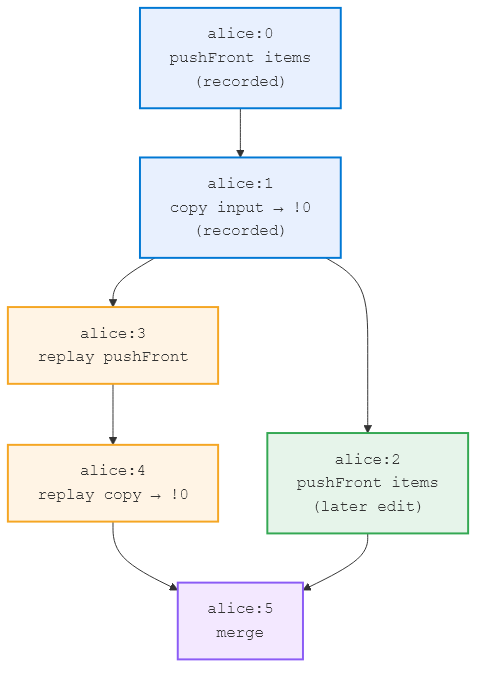
Before: img/replay.png, a diagram exported from Mermaid (krsion/master-thesis). Its source is kept beside it as img/replay.mmd.
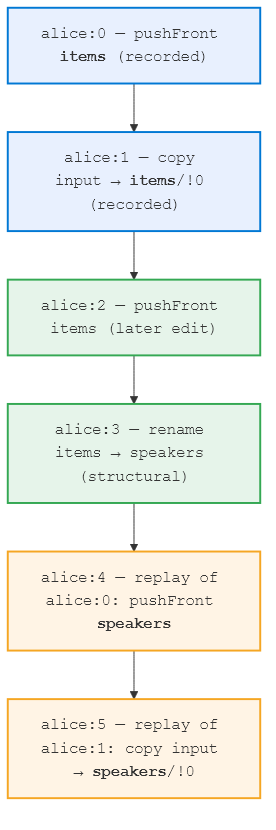
After the commit.

Commit message:
Fix replay explanation: linear DAG, not fork; add quadratic cost note

Replay traverses full history, captures source edit, transforms
through later structural edits, commits at current frontier.
Not a DAG fork. Quadratic cost for replay-heavy histories noted
as limitation with forward reference to future work.

Diff of the diagram source:
```diff
@@ -1,25 +1,17 @@
 %%{init: {'themeVariables': {'fontFamily': 'monospace'}}}%%
 graph TB
-    E0["alice:0<br/>pushFront items<br/>(recorded)"]
-    E1["alice:1<br/>copy input → !0<br/>(recorded)"]
+    E0["alice:0 — pushFront <b>items</b> (recorded)"]
+    E1["alice:1 — copy input → <b>items</b>/!0 (recorded)"]
+    E2["alice:2 — pushFront items (later edit)"]
+    E3["alice:3 — rename items → speakers (structural)"]
+    R0["alice:4 — replay of alice:0: pushFront <b>speakers</b>"]
+    R1["alice:5 — replay of alice:1: copy input → <b>speakers</b>/!0"]
 
-    E2["alice:2<br/>pushFront items<br/>(later edit)"]
-
-    R0["alice:3<br/>replay pushFront"]
-    R1["alice:4<br/>replay copy → !0"]
-
-    MERGE["alice:5<br/>merge"]
-
-    E0 --> E1
-    E1 --> E2
-    E1 --> R0
-    R0 --> R1
-    R1 --> MERGE
-    E2 --> MERGE
+    E0 --> E1 --> E2 --> E3 --> R0 --> R1
 
     style E0 fill:#e8f0fe,stroke:#0078d4,stroke-width:2px
     style E1 fill:#e8f0fe,stroke:#0078d4,stroke-width:2px
     style E2 fill:#e6f4ea,stroke:#34a853,stroke-width:2px
+    style E3 fill:#e6f4ea,stroke:#34a853,stroke-width:2px
     style R0 fill:#fff4e5,stroke:#f5a623,stroke-width:2px
     style R1 fill:#fff4e5,stroke:#f5a623,stroke-width:2px
-    style MERGE fill:#f3e8ff,stroke:#8b5cf6,stroke-width:2px
```
